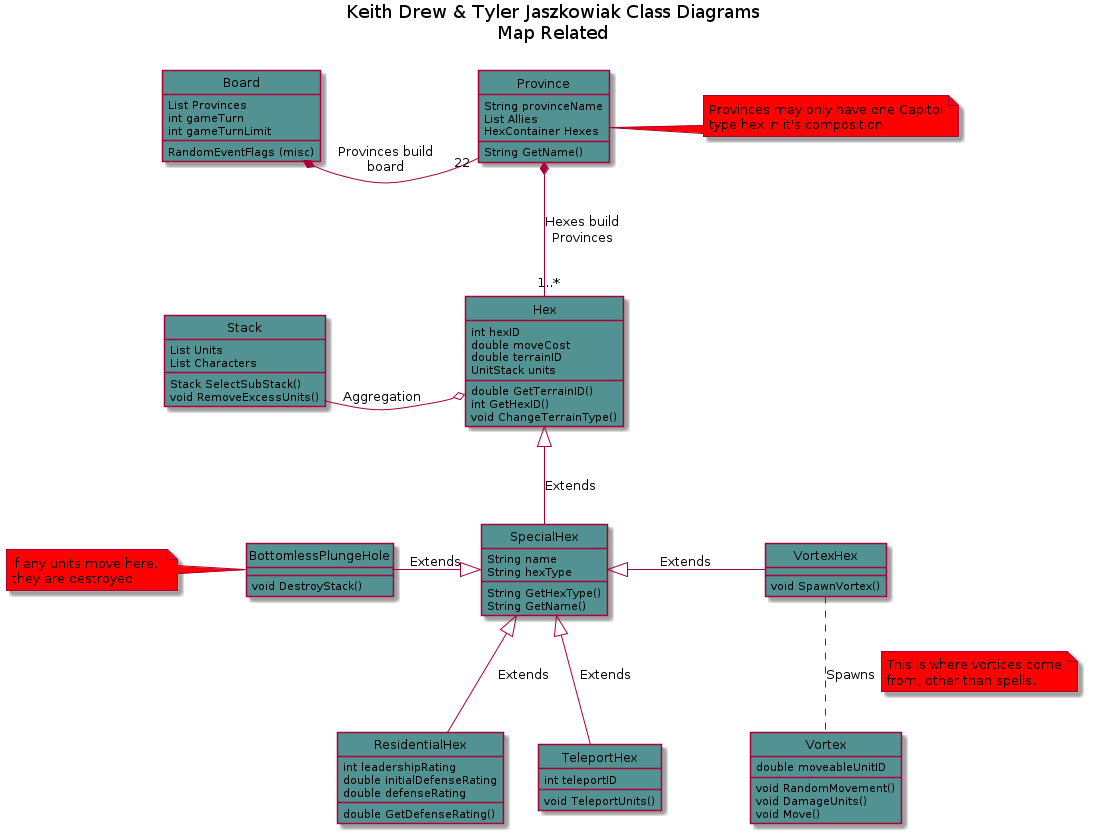
Above: doc/hw3/A/classD.png in cjeffery/sworsorc (PlantUML), before the change. The source it was exported from:
```plantuml
@startuml
title Keith Drew & Tyler Jaszkowiak Class Diagrams\nMap Related

hide circle

class Board #529292 {
      List Provinces
      RandomEventFlags (misc)
      int gameTurn
      int gameTurnLimit
}

class Province #529292 {
      String provinceName
      String GetName()
      List Allies
      HexContainer Hexes
}
note right of Province #red
     Provinces may only have one Capitol
     type hex in it's composition.
end note

class Hex #529292 {
      int hexID
      double moveCost
      double terrainID
      UnitStack units
      double GetTerrainID()
      int GetHexID()
      void ChangeTerrainType()
}

class Stack #529292 {
      List Units
      List Characters
      Stack SelectSubStack()
      void RemoveExcessUnits()
}

class SpecialHex #529292 {
      String name
      String hexType
      String GetHexType()
      String GetName()
}

class ResidentialHex #529292 {
      int leadershipRating
      double initialDefenseRating
      double defenseRating
      double GetDefenseRating()
}

class BottomlessPlungeHole #529292 {
      void DestroyStack()
}
note left of BottomlessPlungeHole #red
     If any units move here,
     they are destroyed.
end note

class VortexHex #529292 {
      void SpawnVortex()
}

class TeleportHex #529292 {
      void TeleportUnits()
      int teleportID
}

class Vortex #529292 {
      double moveableUnitID
      void RandomMovement()
      void DamageUnits()
      void Move()
}

Board *-right- "22" Province : Provinces build\nboard
Province *-down- "1..*" Hex : Hexes build\nProvinces
Hex <|-down- SpecialHex : Extends

Vortex .up. VortexHex : Spawns
note right on link #red
     This is where vortices come
     from, other than spells.
end note

TeleportHex --up|> SpecialHex : Extends
VortexHex --left|> SpecialHex : Extends
BottomlessPlungeHole --right|> SpecialHex : Extends

ResidentialHex --up|> SpecialHex : Extends
Stack -lefto Hex : Aggregation
@enduml
```
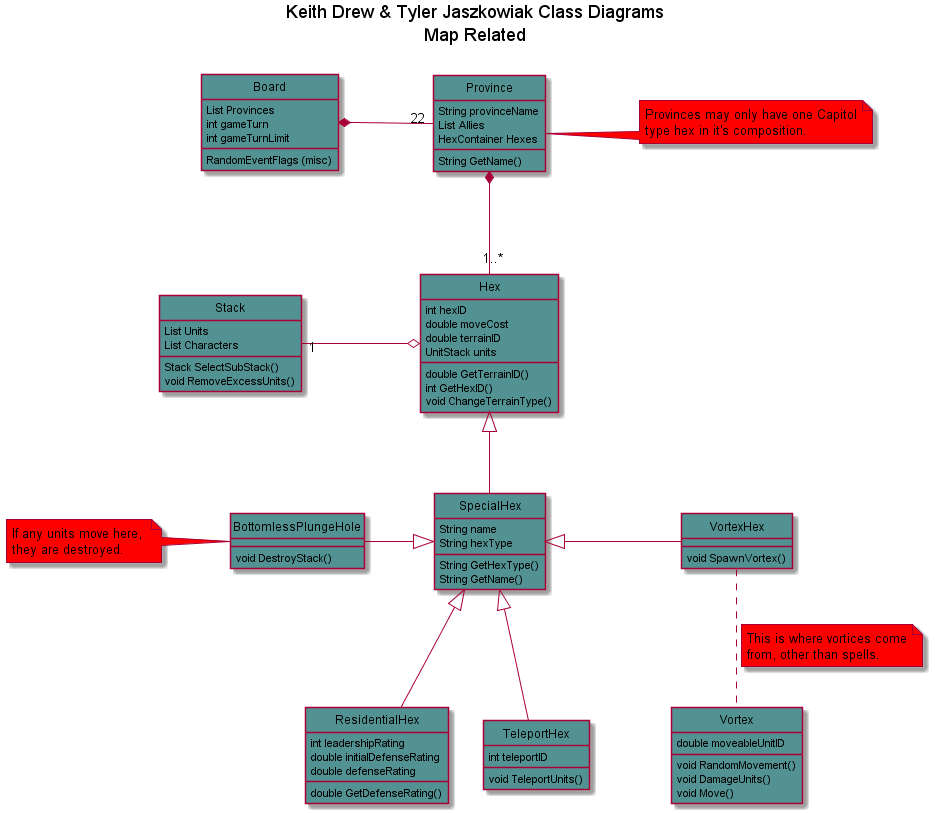
After the commit.

Commit message:
Fixes to Subteam Class Diagram

Change to the diagram source:
```diff
@@ -1,15 +1,12 @@
 @startuml
 title Keith Drew & Tyler Jaszkowiak Class Diagrams\nMap Related
-
 hide circle
-
 class Board #529292 {
       List Provinces
       RandomEventFlags (misc)
       int gameTurn
       int gameTurnLimit
 }
-
 class Province #529292 {
       String provinceName
       String GetName()
@@ -20,7 +17,6 @@
      Provinces may only have one Capitol
      type hex in it's composition.
 end note
-
 class Hex #529292 {
       int hexID
       double moveCost
@@ -30,28 +26,24 @@
       int GetHexID()
       void ChangeTerrainType()
 }
-
 class Stack #529292 {
       List Units
       List Characters
       Stack SelectSubStack()
       void RemoveExcessUnits()
 }
-
 class SpecialHex #529292 {
       String name
       String hexType
       String GetHexType()
       String GetName()
 }
-
 class ResidentialHex #529292 {
       int leadershipRating
       double initialDefenseRating
       double defenseRating
       double GetDefenseRating()
 }
-
 class BottomlessPlungeHole #529292 {
       void DestroyStack()
 }
@@ -59,16 +51,13 @@
      If any units move here,
      they are destroyed.
 end note
-
 class VortexHex #529292 {
       void SpawnVortex()
 }
-
 class TeleportHex #529292 {
       void TeleportUnits()
       int teleportID
 }
-
 class Vortex #529292 {
       double moveableUnitID
       void RandomMovement()
@@ -76,20 +65,17 @@
       void Move()
 }
 
-Board *-right- "22" Province : Provinces build\nboard
-Province *-down- "1..*" Hex : Hexes build\nProvinces
-Hex <|-down- SpecialHex : Extends
-
-Vortex .up. VortexHex : Spawns
+Board *-right- "22" Province
+Province *-down- "1..*" Hex
+Hex <|-down- SpecialHex
+Vortex .up. VortexHex
 note right on link #red
      This is where vortices come
      from, other than spells.
 end note
-
-TeleportHex --up|> SpecialHex : Extends
-VortexHex --left|> SpecialHex : Extends
-BottomlessPlungeHole --right|> SpecialHex : Extends
-
-ResidentialHex --up|> SpecialHex : Extends
-Stack -lefto Hex : Aggregation
+TeleportHex --up|> SpecialHex
+VortexHex --left|> SpecialHex
+BottomlessPlungeHole --right|> SpecialHex
+ResidentialHex --up|> SpecialHex
+Stack "1" -lefto Hex
 @enduml
```
